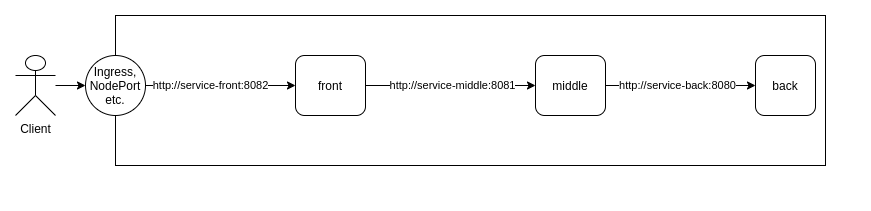
Earlier version of the draw.io export images/setup/Setup.png (erkanerol/service-examples-for-blog). Source tidied: cells renumbered, new cells last; positions are measured from the earlier drawing's top-left corner, leaving out a move shared by most shapes. The source it was exported from:
```xml
<mxGraphModel>
  <root>
    <mxCell id="0" />
    <mxCell id="1" parent="0" />
    <mxCell id="2" style="rounded=0;whiteSpace=wrap;html=1;" parent="1" vertex="1">
      <mxGeometry x="100" width="710" height="150" as="geometry" />
    </mxCell>
    <mxCell id="3" style="edgeStyle=orthogonalEdgeStyle;rounded=0;jettySize=auto;html=1;exitX=1;exitY=0.5;exitDx=0;exitDy=0;" parent="1" edge="1" source="6" target="9">
      <mxGeometry relative="1" as="geometry" />
    </mxCell>
    <mxCell id="4" value="&lt;pre style=&quot;background-color: #2b2b2b ; color: #a9b7c6 ; font-family: &amp;#34;jetbrains mono&amp;#34; , monospace ; font-size: 13.5pt&quot;&gt;&lt;br&gt;&lt;/pre&gt;" style="edgeLabel;html=1;align=center;verticalAlign=middle;" parent="3" vertex="1">
      <mxGeometry x="-0.27" y="-5" relative="1" as="geometry" />
    </mxCell>
    <mxCell id="5" value="http://service-middle:8081" style="edgeLabel;html=1;align=center;verticalAlign=middle;" parent="3" vertex="1">
      <mxGeometry x="0.25" relative="1" as="geometry">
        <mxPoint x="-20" as="offset" />
      </mxGeometry>
    </mxCell>
    <mxCell id="6" value="front" style="rounded=1;whiteSpace=wrap;html=1;" parent="1" vertex="1">
      <mxGeometry x="280" y="40" width="70" height="60" as="geometry" />
    </mxCell>
    <mxCell id="7" style="edgeStyle=orthogonalEdgeStyle;rounded=0;jettySize=auto;html=1;exitX=1;exitY=0.5;exitDx=0;exitDy=0;" parent="1" edge="1" source="9" target="10">
      <mxGeometry relative="1" as="geometry" />
    </mxCell>
    <mxCell id="8" value="http://service-back:8080" style="edgeLabel;html=1;align=center;verticalAlign=middle;" parent="7" vertex="1">
      <mxGeometry x="-0.2" y="-3" relative="1" as="geometry">
        <mxPoint x="12" y="-3" as="offset" />
      </mxGeometry>
    </mxCell>
    <mxCell id="9" value="middle" style="rounded=1;whiteSpace=wrap;html=1;" parent="1" vertex="1">
      <mxGeometry x="520" y="40" width="70" height="60" as="geometry" />
    </mxCell>
    <mxCell id="10" value="back" style="rounded=1;whiteSpace=wrap;html=1;" parent="1" vertex="1">
      <mxGeometry x="740" y="40" width="60" height="60" as="geometry" />
    </mxCell>
    <mxCell id="11" value="http://service-front:8082" style="edgeStyle=orthogonalEdgeStyle;rounded=0;jettySize=auto;html=1;exitX=1;exitY=0.5;exitDx=0;exitDy=0;" parent="1" edge="1" source="14" target="6">
      <mxGeometry x="-0.14" relative="1" as="geometry" />
    </mxCell>
    <mxCell id="12" style="edgeStyle=orthogonalEdgeStyle;rounded=0;jettySize=auto;html=1;entryX=0;entryY=0.5;entryDx=0;entryDy=0;" parent="1" edge="1" source="13" target="14">
      <mxGeometry relative="1" as="geometry" />
    </mxCell>
    <mxCell id="13" value="Client" style="shape=umlActor;verticalLabelPosition=bottom;verticalAlign=top;html=1;outlineConnect=0;" parent="1" vertex="1">
      <mxGeometry y="40" width="40" height="60" as="geometry" />
    </mxCell>
    <mxCell id="14" value="Ingress,&lt;br&gt;NodePort&lt;br&gt;etc." style="ellipse;whiteSpace=wrap;html=1;" parent="1" vertex="1">
      <mxGeometry x="70" y="40" width="60" height="60" as="geometry" />
    </mxCell>
  </root>
</mxGraphModel>
```
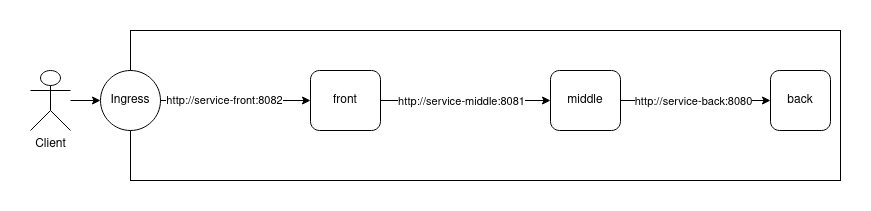
Later version of the same file.

Change to the diagram source:
```diff
@@ -5,15 +5,12 @@
     <mxCell id="2" style="rounded=0;whiteSpace=wrap;html=1;" parent="1" vertex="1">
       <mxGeometry x="100" width="710" height="150" as="geometry" />
     </mxCell>
-    <mxCell id="3" style="edgeStyle=orthogonalEdgeStyle;rounded=0;jettySize=auto;html=1;exitX=1;exitY=0.5;exitDx=0;exitDy=0;" parent="1" edge="1" source="6" target="9">
+    <mxCell id="3" style="edgeStyle=orthogonalEdgeStyle;rounded=0;jettySize=auto;html=1;align=left;" parent="1" edge="1" source="6" target="9">
       <mxGeometry relative="1" as="geometry" />
     </mxCell>
-    <mxCell id="4" value="&lt;pre style=&quot;background-color: #2b2b2b ; color: #a9b7c6 ; font-family: &amp;#34;jetbrains mono&amp;#34; , monospace ; font-size: 13.5pt&quot;&gt;&lt;br&gt;&lt;/pre&gt;" style="edgeLabel;html=1;align=center;verticalAlign=middle;" parent="3" vertex="1">
-      <mxGeometry x="-0.27" y="-5" relative="1" as="geometry" />
-    </mxCell>
     <mxCell id="5" value="http://service-middle:8081" style="edgeLabel;html=1;align=center;verticalAlign=middle;" parent="3" vertex="1">
-      <mxGeometry x="0.25" relative="1" as="geometry">
-        <mxPoint x="-20" as="offset" />
+      <mxGeometry x="-0.14" y="4" relative="1" as="geometry">
+        <mxPoint x="7" y="4" as="offset" />
       </mxGeometry>
     </mxCell>
     <mxCell id="6" value="front" style="rounded=1;whiteSpace=wrap;html=1;" parent="1" vertex="1">
@@ -42,7 +39,7 @@
     <mxCell id="13" value="Client" style="shape=umlActor;verticalLabelPosition=bottom;verticalAlign=top;html=1;outlineConnect=0;" parent="1" vertex="1">
       <mxGeometry y="40" width="40" height="60" as="geometry" />
     </mxCell>
-    <mxCell id="14" value="Ingress,&lt;br&gt;NodePort&lt;br&gt;etc." style="ellipse;whiteSpace=wrap;html=1;" parent="1" vertex="1">
+    <mxCell id="14" value="Ingress" style="ellipse;whiteSpace=wrap;html=1;" parent="1" vertex="1">
       <mxGeometry x="70" y="40" width="60" height="60" as="geometry" />
     </mxCell>
   </root>
```
